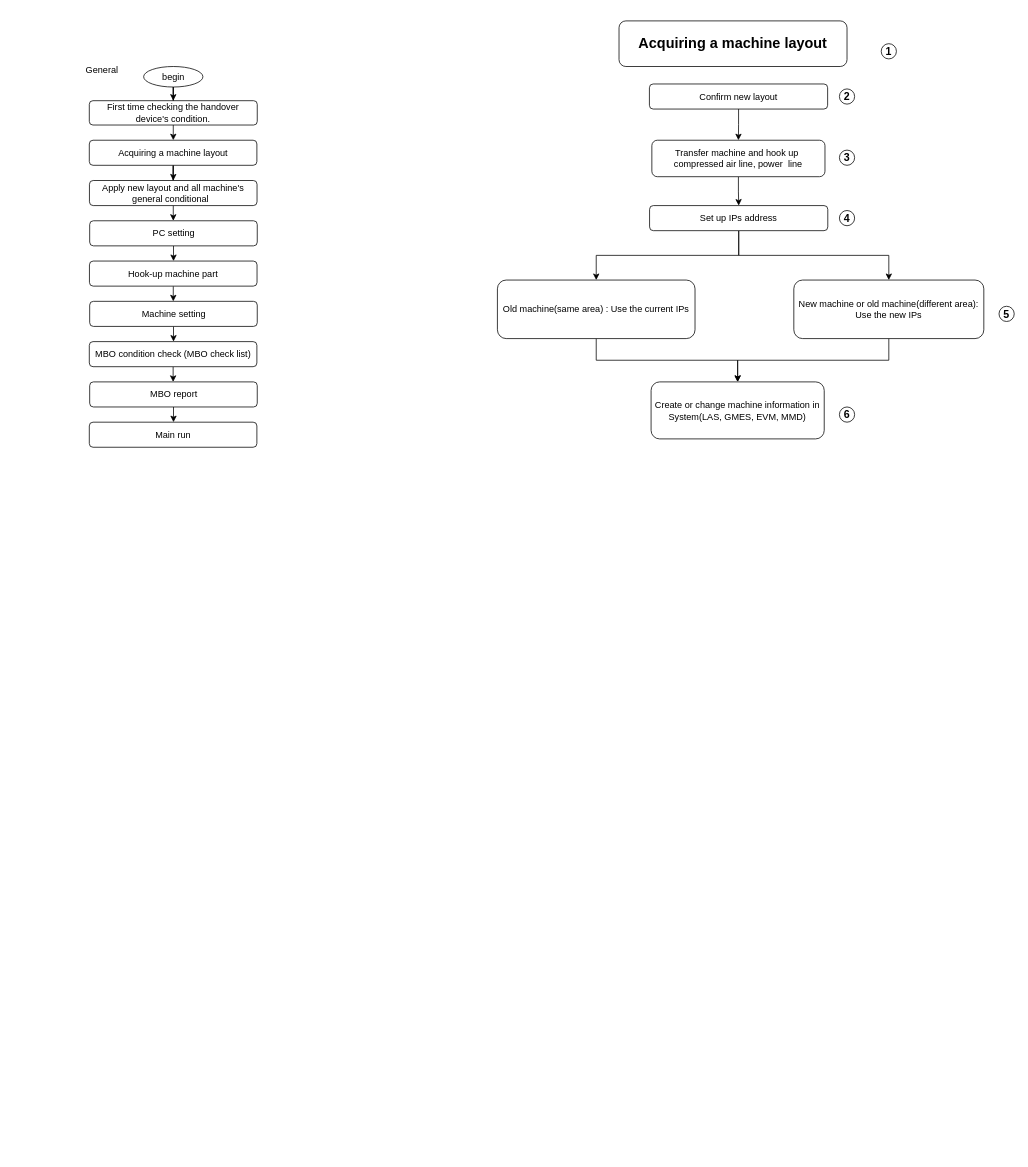
This is Untitled Diagram.drawio from Wagdom/demo-git, a draw.io file, before an edit. Source tidied: cells renumbered, new cells numbered last; positions are measured from the earlier drawing's top-left corner, leaving out a move shared by most shapes. Both pictures are drawn from the tidied source at 76%, with x=0, y=0 at pixel (79, 21).
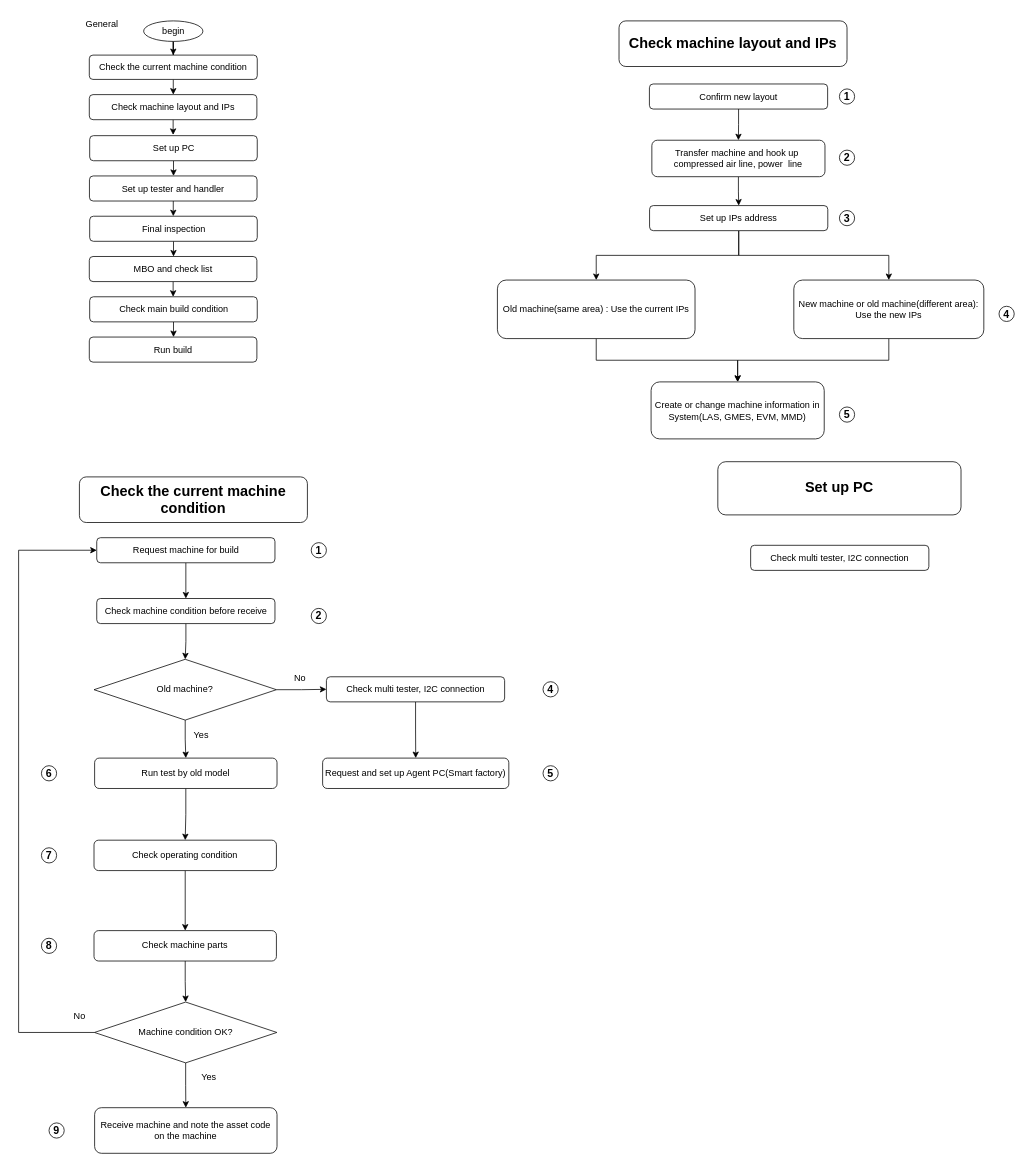
After the change.

Change to the diagram source:
```diff
@@
     <mxCell id="3" value="begin" style="ellipse;whiteSpace=wrap;html=1;" parent="1" vertex="1">
-      <mxGeometry x="84.5" y="60" width="78" height="27" as="geometry" />
+      <mxGeometry x="84.5" width="78" height="27" as="geometry" />
     </mxCell>
@@
-    <mxCell id="5" value="First time checking the handover device's condition." style="rounded=1;whiteSpace=wrap;html=1;" parent="1" vertex="1">
-      <mxGeometry x="13" y="105" width="221" height="32" as="geometry" />
+    <mxCell id="5" value="Check the current machine condition" style="rounded=1;whiteSpace=wrap;html=1;" parent="1" vertex="1">
+      <mxGeometry x="13" y="45" width="221" height="32" as="geometry" />
     </mxCell>
-    <mxCell id="6" style="edgeStyle=orthogonalEdgeStyle;rounded=0;jettySize=auto;html=1;" parent="1" edge="1" source="7" target="9">
-      <mxGeometry relative="1" as="geometry" />
+    <mxCell id="6" style="edgeStyle=orthogonalEdgeStyle;rounded=0;jettySize=auto;html=1;" parent="1" edge="1" source="7">
+      <mxGeometry relative="1" as="geometry">
+        <mxPoint x="123.6" y="150" as="targetPoint" />
+      </mxGeometry>
     </mxCell>
-    <mxCell id="7" value="Acquiring a machine layout" style="rounded=1;whiteSpace=wrap;html=1;" parent="1" vertex="1">
-      <mxGeometry x="13" y="157" width="220.5" height="33" as="geometry" />
+    <mxCell id="7" value="Check machine layout and IPs" style="rounded=1;whiteSpace=wrap;html=1;" parent="1" vertex="1">
+      <mxGeometry x="13" y="97" width="220.5" height="33" as="geometry" />
     </mxCell>
-    <mxCell id="8" style="edgeStyle=orthogonalEdgeStyle;rounded=0;jettySize=auto;html=1;" parent="1" edge="1" source="9" target="11">
-      <mxGeometry relative="1" as="geometry" />
-    </mxCell>
-    <mxCell id="9" value="Apply new layout and all machine's general conditional&amp;nbsp;&amp;nbsp;" style="rounded=1;whiteSpace=wrap;html=1;" parent="1" vertex="1">
-      <mxGeometry x="13.2" y="210" width="220.5" height="33" as="geometry" />
-    </mxCell>
@@
-    <mxCell id="11" value="PC setting" style="rounded=1;whiteSpace=wrap;html=1;" parent="1" vertex="1">
-      <mxGeometry x="13.5" y="263" width="220.5" height="33" as="geometry" />
+    <mxCell id="11" value="Set up PC" style="rounded=1;whiteSpace=wrap;html=1;" parent="1" vertex="1">
+      <mxGeometry x="13.5" y="151" width="220.5" height="33" as="geometry" />
     </mxCell>
@@
-    <mxCell id="13" value="Hook-up machine part" style="rounded=1;whiteSpace=wrap;html=1;" parent="1" vertex="1">
-      <mxGeometry x="13.2" y="316" width="220.5" height="33" as="geometry" />
+    <mxCell id="13" value="Set up tester and handler" style="rounded=1;whiteSpace=wrap;html=1;" parent="1" vertex="1">
+      <mxGeometry x="13.2" y="204" width="220.5" height="33" as="geometry" />
     </mxCell>
@@
-    <mxCell id="15" value="Machine setting" style="rounded=1;whiteSpace=wrap;html=1;" parent="1" vertex="1">
-      <mxGeometry x="13.5" y="369" width="220.5" height="33" as="geometry" />
+    <mxCell id="15" value="Final inspection" style="rounded=1;whiteSpace=wrap;html=1;" parent="1" vertex="1">
+      <mxGeometry x="13.5" y="257" width="220.5" height="33" as="geometry" />
     </mxCell>
@@
-    <mxCell id="17" value="MBO condition check (MBO check list)" style="rounded=1;whiteSpace=wrap;html=1;" parent="1" vertex="1">
-      <mxGeometry x="13" y="422" width="220.5" height="33" as="geometry" />
+    <mxCell id="17" value="MBO and check list" style="rounded=1;whiteSpace=wrap;html=1;" parent="1" vertex="1">
+      <mxGeometry x="13" y="310" width="220.5" height="33" as="geometry" />
     </mxCell>
@@
-    <mxCell id="19" value="MBO report" style="rounded=1;whiteSpace=wrap;html=1;" parent="1" vertex="1">
-      <mxGeometry x="13.5" y="475" width="220.5" height="33" as="geometry" />
+    <mxCell id="19" value="Check main build condition" style="rounded=1;whiteSpace=wrap;html=1;" parent="1" vertex="1">
+      <mxGeometry x="13.5" y="363" width="220.5" height="33" as="geometry" />
     </mxCell>
-    <mxCell id="20" value="Main run" style="rounded=1;whiteSpace=wrap;html=1;" parent="1" vertex="1">
-      <mxGeometry x="13" y="528" width="220.5" height="33" as="geometry" />
+    <mxCell id="20" value="Run build" style="rounded=1;whiteSpace=wrap;html=1;" parent="1" vertex="1">
+      <mxGeometry x="13" y="416" width="220.5" height="33" as="geometry" />
     </mxCell>
     <mxCell id="21" value="General" style="text;html=1;strokeColor=none;fillColor=none;align=center;verticalAlign=middle;whiteSpace=wrap;rounded=0;" parent="1" vertex="1">
-      <mxGeometry y="50" width="60" height="30" as="geometry" />
+      <mxGeometry y="-10" width="60" height="30" as="geometry" />
     </mxCell>
-    <mxCell id="22" value="&lt;b&gt;&lt;font style=&quot;font-size: 19px;&quot;&gt;Acquiring a machine layout&lt;/font&gt;&lt;/b&gt;" style="rounded=1;whiteSpace=wrap;html=1;" parent="1" vertex="1">
+    <mxCell id="22" value="&lt;b&gt;&lt;font style=&quot;font-size: 19px;&quot;&gt;Check machine layout and IPs&lt;/font&gt;&lt;/b&gt;" style="rounded=1;whiteSpace=wrap;html=1;" parent="1" vertex="1">
       <mxGeometry x="710" width="300" height="60" as="geometry" />
     </mxCell>
@@
-    <mxCell id="35" value="&lt;b&gt;&lt;font style=&quot;font-size: 14px;&quot;&gt;1&lt;/font&gt;&lt;/b&gt;" style="ellipse;whiteSpace=wrap;html=1;" parent="1" vertex="1">
-      <mxGeometry x="1055" y="30" width="20" height="20" as="geometry" />
-    </mxCell>
-    <mxCell id="36" value="&lt;b&gt;&lt;font style=&quot;font-size: 14px;&quot;&gt;2&lt;/font&gt;&lt;/b&gt;" style="ellipse;whiteSpace=wrap;html=1;" parent="1" vertex="1">
+    <mxCell id="36" value="&lt;span style=&quot;font-size: 14px;&quot;&gt;&lt;b&gt;1&lt;/b&gt;&lt;/span&gt;" style="ellipse;whiteSpace=wrap;html=1;" parent="1" vertex="1">
       <mxGeometry x="1000" y="89.5" width="20" height="20" as="geometry" />
     </mxCell>
-    <mxCell id="37" value="&lt;b&gt;&lt;font style=&quot;font-size: 14px;&quot;&gt;3&lt;/font&gt;&lt;/b&gt;" style="ellipse;whiteSpace=wrap;html=1;" parent="1" vertex="1">
+    <mxCell id="37" value="&lt;b&gt;&lt;font style=&quot;font-size: 14px;&quot;&gt;2&lt;/font&gt;&lt;/b&gt;" style="ellipse;whiteSpace=wrap;html=1;" parent="1" vertex="1">
       <mxGeometry x="1000" y="170" width="20" height="20" as="geometry" />
     </mxCell>
-    <mxCell id="38" value="&lt;b&gt;&lt;font style=&quot;font-size: 14px;&quot;&gt;4&lt;/font&gt;&lt;/b&gt;" style="ellipse;whiteSpace=wrap;html=1;" parent="1" vertex="1">
+    <mxCell id="38" value="&lt;b&gt;&lt;font style=&quot;font-size: 14px;&quot;&gt;3&lt;/font&gt;&lt;/b&gt;" style="ellipse;whiteSpace=wrap;html=1;" parent="1" vertex="1">
       <mxGeometry x="1000" y="249.5" width="20" height="20" as="geometry" />
     </mxCell>
-    <mxCell id="39" value="&lt;b&gt;&lt;font style=&quot;font-size: 14px;&quot;&gt;6&lt;/font&gt;&lt;/b&gt;" style="ellipse;whiteSpace=wrap;html=1;" parent="1" vertex="1">
+    <mxCell id="39" value="&lt;b&gt;&lt;font style=&quot;font-size: 14px;&quot;&gt;5&lt;/font&gt;&lt;/b&gt;" style="ellipse;whiteSpace=wrap;html=1;" parent="1" vertex="1">
       <mxGeometry x="1000" y="508" width="20" height="20" as="geometry" />
     </mxCell>
-    <mxCell id="40" value="&lt;b&gt;&lt;font style=&quot;font-size: 14px;&quot;&gt;5&lt;/font&gt;&lt;/b&gt;" style="ellipse;whiteSpace=wrap;html=1;" parent="1" vertex="1">
+    <mxCell id="40" value="&lt;b&gt;&lt;font style=&quot;font-size: 14px;&quot;&gt;4&lt;/font&gt;&lt;/b&gt;" style="ellipse;whiteSpace=wrap;html=1;" parent="1" vertex="1">
       <mxGeometry x="1210" y="375.5" width="20" height="20" as="geometry" />
     </mxCell>
+    <mxCell id="41" value="&lt;span style=&quot;font-size: 19px;&quot;&gt;&lt;b&gt;Check the current machine condition&lt;/b&gt;&lt;/span&gt;" style="rounded=1;whiteSpace=wrap;html=1;" parent="1" vertex="1">
+      <mxGeometry y="600" width="300" height="60" as="geometry" />
+    </mxCell>
+    <mxCell id="42" style="edgeStyle=orthogonalEdgeStyle;rounded=0;jettySize=auto;html=1;entryX=0.5;entryY=0;entryDx=0;entryDy=0;" parent="1" edge="1" source="43" target="46">
+      <mxGeometry relative="1" as="geometry" />
+    </mxCell>
+    <mxCell id="43" value="Check machine condition before receive" style="rounded=1;whiteSpace=wrap;html=1;" parent="1" vertex="1">
+      <mxGeometry x="22.8" y="760" width="234.5" height="33" as="geometry" />
+    </mxCell>
+    <mxCell id="44" style="edgeStyle=orthogonalEdgeStyle;rounded=0;jettySize=auto;html=1;" parent="1" edge="1" source="46" target="50">
+      <mxGeometry relative="1" as="geometry" />
+    </mxCell>
+    <mxCell id="45" style="edgeStyle=orthogonalEdgeStyle;rounded=0;jettySize=auto;html=1;" parent="1" edge="1" source="46" target="48">
+      <mxGeometry relative="1" as="geometry" />
+    </mxCell>
+    <mxCell id="46" value="Old machine?" style="rhombus;whiteSpace=wrap;html=1;" parent="1" vertex="1">
+      <mxGeometry x="19.2" y="840" width="240" height="80" as="geometry" />
+    </mxCell>
+    <mxCell id="47" style="edgeStyle=orthogonalEdgeStyle;rounded=0;jettySize=auto;html=1;" parent="1" edge="1" source="48" target="55">
+      <mxGeometry relative="1" as="geometry" />
+    </mxCell>
+    <mxCell id="48" value="Run test by old model" style="rounded=1;whiteSpace=wrap;html=1;" parent="1" vertex="1">
+      <mxGeometry x="20" y="970" width="240" height="40" as="geometry" />
+    </mxCell>
+    <mxCell id="49" style="edgeStyle=orthogonalEdgeStyle;rounded=0;jettySize=auto;html=1;" parent="1" edge="1" source="50" target="51">
+      <mxGeometry relative="1" as="geometry" />
+    </mxCell>
+    <mxCell id="50" value="Check multi tester, I2C connection" style="rounded=1;whiteSpace=wrap;html=1;" parent="1" vertex="1">
+      <mxGeometry x="325" y="863" width="234.5" height="33" as="geometry" />
+    </mxCell>
+    <mxCell id="51" value="Request and set up Agent PC(Smart factory)" style="rounded=1;whiteSpace=wrap;html=1;" parent="1" vertex="1">
+      <mxGeometry x="320" y="970" width="245" height="40" as="geometry" />
+    </mxCell>
+    <mxCell id="52" value="No" style="text;html=1;align=center;verticalAlign=middle;strokeColor=none;fillColor=none;" parent="1" vertex="1">
+      <mxGeometry x="270" y="850" width="40" height="30" as="geometry" />
+    </mxCell>
+    <mxCell id="53" value="Yes" style="text;html=1;align=center;verticalAlign=middle;strokeColor=none;fillColor=none;" parent="1" vertex="1">
+      <mxGeometry x="140" y="925" width="40" height="30" as="geometry" />
+    </mxCell>
+    <mxCell id="54" style="edgeStyle=orthogonalEdgeStyle;rounded=0;jettySize=auto;html=1;" parent="1" edge="1" source="55" target="57">
+      <mxGeometry relative="1" as="geometry" />
+    </mxCell>
+    <mxCell id="55" value="Check operating condition" style="rounded=1;whiteSpace=wrap;html=1;" parent="1" vertex="1">
+      <mxGeometry x="19.2" y="1078" width="240" height="40" as="geometry" />
+    </mxCell>
+    <mxCell id="56" style="edgeStyle=orthogonalEdgeStyle;rounded=0;jettySize=auto;html=1;" parent="1" edge="1" source="57" target="61">
+      <mxGeometry relative="1" as="geometry" />
+    </mxCell>
+    <mxCell id="57" value="Check machine parts" style="rounded=1;whiteSpace=wrap;html=1;" parent="1" vertex="1">
+      <mxGeometry x="19.2" y="1197" width="240" height="40" as="geometry" />
+    </mxCell>
+    <mxCell id="58" value="Receive machine and note the asset code on the machine" style="rounded=1;whiteSpace=wrap;html=1;" parent="1" vertex="1">
+      <mxGeometry x="20" y="1430" width="240" height="60" as="geometry" />
+    </mxCell>
+    <mxCell id="59" style="edgeStyle=orthogonalEdgeStyle;rounded=0;jettySize=auto;html=1;" parent="1" edge="1" source="61" target="58">
+      <mxGeometry relative="1" as="geometry" />
+    </mxCell>
+    <mxCell id="60" style="edgeStyle=orthogonalEdgeStyle;rounded=0;jettySize=auto;html=1;entryX=0;entryY=0.5;entryDx=0;entryDy=0;" parent="1" edge="1" source="61" target="63">
+      <mxGeometry relative="1" as="geometry">
+        <Array as="points">
+          <mxPoint x="-80" y="1331" />
+          <mxPoint x="-80" y="697" />
+        </Array>
+      </mxGeometry>
+    </mxCell>
+    <mxCell id="61" value="Machine condition OK?" style="rhombus;whiteSpace=wrap;html=1;" parent="1" vertex="1">
+      <mxGeometry x="19.8" y="1291" width="240" height="80" as="geometry" />
+    </mxCell>
+    <mxCell id="62" style="edgeStyle=orthogonalEdgeStyle;rounded=0;jettySize=auto;html=1;" parent="1" edge="1" source="63" target="43">
+      <mxGeometry relative="1" as="geometry" />
+    </mxCell>
+    <mxCell id="63" value="Request machine for build" style="rounded=1;whiteSpace=wrap;html=1;" parent="1" vertex="1">
+      <mxGeometry x="22.8" y="680" width="234.5" height="33" as="geometry" />
+    </mxCell>
+    <mxCell id="64" value="No" style="text;html=1;align=center;verticalAlign=middle;strokeColor=none;fillColor=none;" parent="1" vertex="1">
+      <mxGeometry x="-20" y="1295" width="40" height="30" as="geometry" />
+    </mxCell>
+    <mxCell id="65" value="Yes" style="text;html=1;align=center;verticalAlign=middle;strokeColor=none;fillColor=none;" parent="1" vertex="1">
+      <mxGeometry x="150" y="1375" width="40" height="30" as="geometry" />
+    </mxCell>
+    <mxCell id="35" value="&lt;span style=&quot;font-size: 14px;&quot;&gt;&lt;b&gt;1&lt;/b&gt;&lt;/span&gt;" style="ellipse;whiteSpace=wrap;html=1;" parent="1" vertex="1">
+      <mxGeometry x="305" y="686.5" width="20" height="20" as="geometry" />
+    </mxCell>
+    <mxCell id="66" value="&lt;b&gt;&lt;font style=&quot;font-size: 14px;&quot;&gt;2&lt;/font&gt;&lt;/b&gt;" style="ellipse;whiteSpace=wrap;html=1;" parent="1" vertex="1">
+      <mxGeometry x="305" y="773" width="20" height="20" as="geometry" />
+    </mxCell>
+    <mxCell id="67" value="&lt;b&gt;&lt;font style=&quot;font-size: 14px;&quot;&gt;6&lt;/font&gt;&lt;/b&gt;" style="ellipse;whiteSpace=wrap;html=1;" parent="1" vertex="1">
+      <mxGeometry x="-50" y="980" width="20" height="20" as="geometry" />
+    </mxCell>
+    <mxCell id="68" value="&lt;b&gt;&lt;font style=&quot;font-size: 14px;&quot;&gt;4&lt;/font&gt;&lt;/b&gt;" style="ellipse;whiteSpace=wrap;html=1;" parent="1" vertex="1">
+      <mxGeometry x="610" y="869.5" width="20" height="20" as="geometry" />
+    </mxCell>
+    <mxCell id="69" value="&lt;b&gt;&lt;font style=&quot;font-size: 14px;&quot;&gt;5&lt;/font&gt;&lt;/b&gt;" style="ellipse;whiteSpace=wrap;html=1;" parent="1" vertex="1">
+      <mxGeometry x="610" y="980" width="20" height="20" as="geometry" />
+    </mxCell>
+    <mxCell id="70" value="&lt;b&gt;&lt;font style=&quot;font-size: 14px;&quot;&gt;9&lt;/font&gt;&lt;/b&gt;" style="ellipse;whiteSpace=wrap;html=1;" parent="1" vertex="1">
+      <mxGeometry x="-40" y="1450" width="20" height="20" as="geometry" />
+    </mxCell>
+    <mxCell id="71" value="&lt;b&gt;&lt;font style=&quot;font-size: 14px;&quot;&gt;7&lt;/font&gt;&lt;/b&gt;" style="ellipse;whiteSpace=wrap;html=1;" parent="1" vertex="1">
+      <mxGeometry x="-50" y="1088" width="20" height="20" as="geometry" />
+    </mxCell>
+    <mxCell id="72" value="&lt;b&gt;&lt;font style=&quot;font-size: 14px;&quot;&gt;8&lt;/font&gt;&lt;/b&gt;" style="ellipse;whiteSpace=wrap;html=1;" parent="1" vertex="1">
+      <mxGeometry x="-50" y="1207" width="20" height="20" as="geometry" />
+    </mxCell>
+    <mxCell id="73" value="&lt;span style=&quot;font-size: 19px;&quot;&gt;&lt;b&gt;Set up PC&lt;/b&gt;&lt;/span&gt;" style="rounded=1;whiteSpace=wrap;html=1;" parent="1" vertex="1">
+      <mxGeometry x="840" y="580" width="320" height="70" as="geometry" />
+    </mxCell>
+    <mxCell id="74" value="Check multi tester, I2C connection" style="rounded=1;whiteSpace=wrap;html=1;" parent="1" vertex="1">
+      <mxGeometry x="883.2" y="690" width="234.5" height="33" as="geometry" />
+    </mxCell>
```
